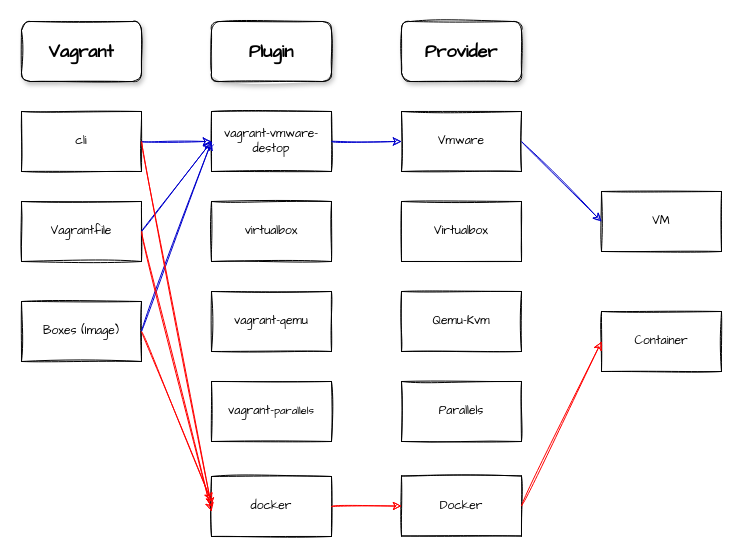
Earlier version of the draw.io diagram vagrant.drawio (chankamlam/demo). Source tidied: cells renumbered, new cells numbered last; positions are measured from the earlier drawing's top-left corner, leaving out a move shared by most shapes. Both pictures are drawn from the tidied source at 100%, with x=0, y=0 at pixel (21, 21).
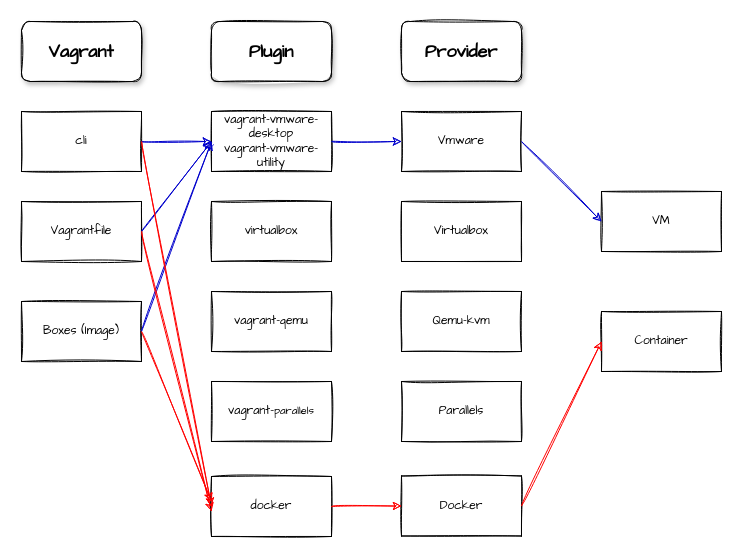
After the change.

What changed in the source:
```diff
@@
-    <mxCell id="5" value="Qemu-Kvm" style="rounded=0;whiteSpace=wrap;html=1;sketch=1;fontFamily=Comic Sans MS;" parent="1" vertex="1">
+    <mxCell id="5" value="Qemu-kvm" style="rounded=0;whiteSpace=wrap;html=1;sketch=1;fontFamily=Comic Sans MS;" parent="1" vertex="1">
       <mxGeometry x="380" y="270" width="120" height="60" as="geometry" />
     </mxCell>
@@
-    <mxCell id="14" value="vagrant-vmware-destop" style="rounded=0;whiteSpace=wrap;html=1;sketch=1;fontFamily=Comic Sans MS;" parent="1" vertex="1">
+    <mxCell id="14" value="vagrant-vmware-desktop&lt;br&gt;vagrant-vmware-utility" style="rounded=0;whiteSpace=wrap;html=1;sketch=1;fontFamily=Comic Sans MS;" parent="1" vertex="1">
       <mxGeometry x="190" y="90" width="120" height="60" as="geometry" />
     </mxCell>
```
